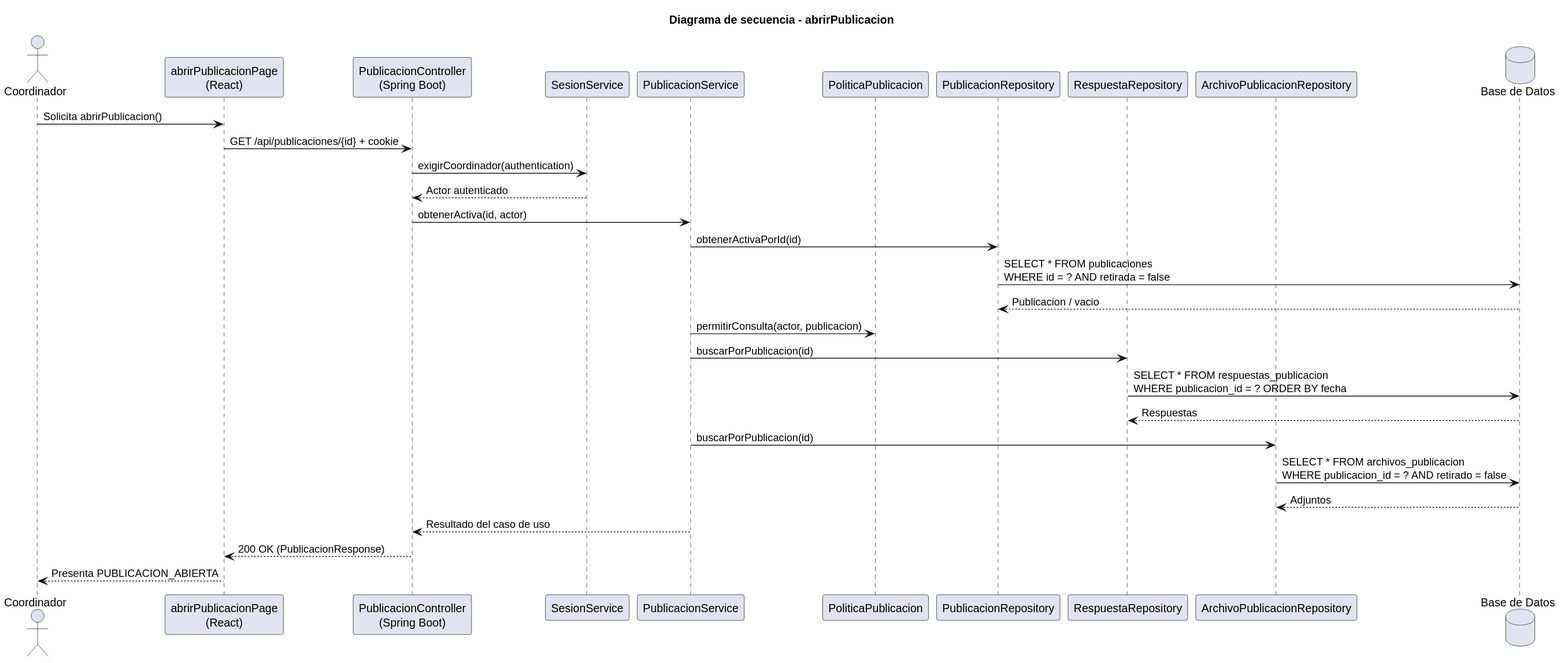
Above: images/RUP/02-diseño/casos-uso/coordinador/abrirPublicacion/secuencia.svg in beatriizorozco/25-26-idsw2-sdVC (PlantUML), before the change. Its diagram source:
```plantuml
@startuml
title Diagrama de secuencia - abrirPublicacion
actor Coordinador
participant "abrirPublicacionPage\n(React)" as Frontend
participant "PublicacionController\n(Spring Boot)" as Api
participant "SesionService" as Sesion
participant "PublicacionService" as Service
participant "PoliticaPublicacion" as Policy
participant "PublicacionRepository" as Repo
participant "RespuestaRepository" as RespRepo
participant "ArchivoPublicacionRepository" as ArchivoRepo
database "Base de Datos" as DB

Coordinador -> Frontend: Solicita abrirPublicacion()
Frontend -> Api: GET /api/publicaciones/{id} + cookie
Api -> Sesion: exigirCoordinador(authentication)
Sesion --> Api: Actor autenticado
Api -> Service: obtenerActiva(id, actor)
Service -> Repo: obtenerActivaPorId(id)
Repo -> DB: SELECT * FROM publicaciones\nWHERE id = ? AND retirada = false
DB --> Repo: Publicacion / vacio
Service -> Policy: permitirConsulta(actor, publicacion)
Service -> RespRepo: buscarPorPublicacion(id)
RespRepo -> DB: SELECT * FROM respuestas_publicacion\nWHERE publicacion_id = ? ORDER BY fecha
DB --> RespRepo: Respuestas
Service -> ArchivoRepo: buscarPorPublicacion(id)
ArchivoRepo -> DB: SELECT * FROM archivos_publicacion\nWHERE publicacion_id = ? AND retirado = false
DB --> ArchivoRepo: Adjuntos
Service --> Api: Resultado del caso de uso
Api --> Frontend: 200 OK (PublicacionResponse)
Frontend --> Coordinador: Presenta PUBLICACION_ABIERTA
@enduml
```
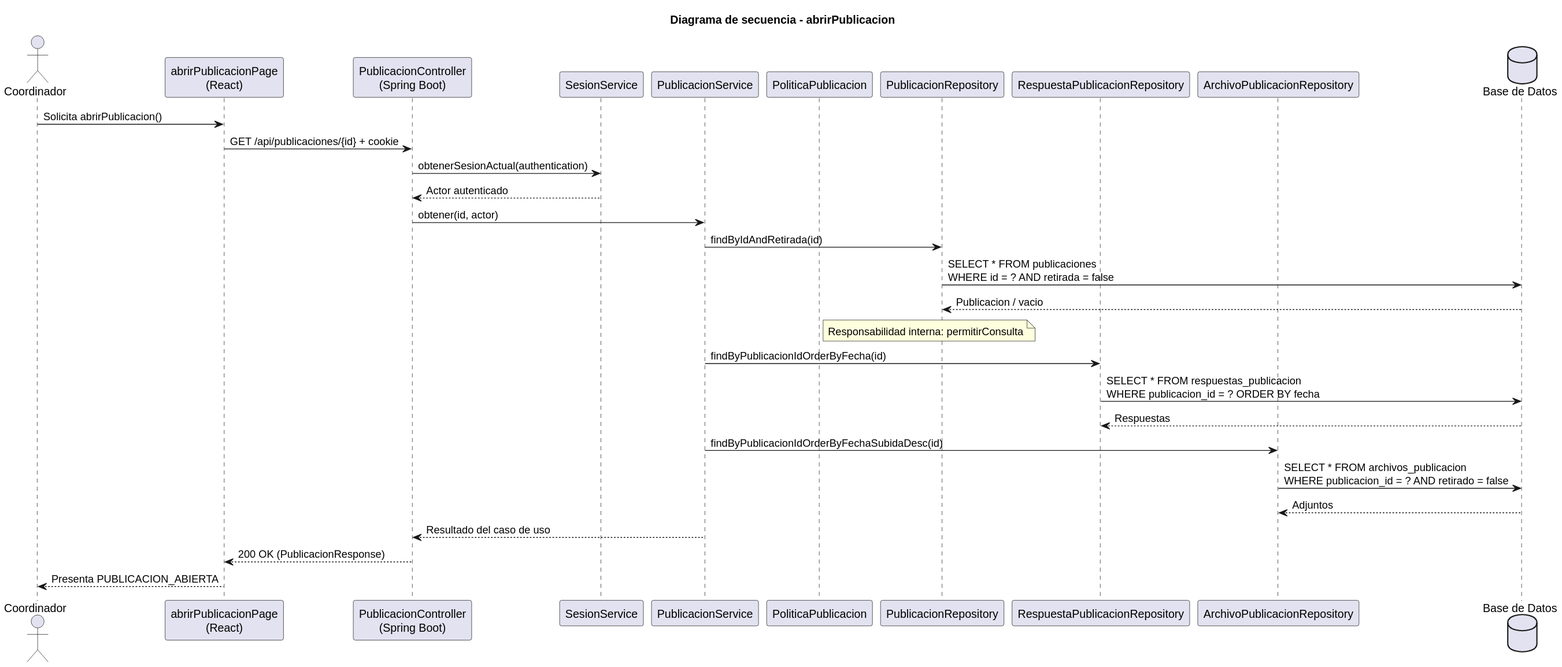
After the change.

What changed in the source:
```diff
@@ -7,23 +7,23 @@
 participant "PublicacionService" as Service
 participant "PoliticaPublicacion" as Policy
 participant "PublicacionRepository" as Repo
-participant "RespuestaRepository" as RespRepo
+participant "RespuestaPublicacionRepository" as RespRepo
 participant "ArchivoPublicacionRepository" as ArchivoRepo
 database "Base de Datos" as DB
 
 Coordinador -> Frontend: Solicita abrirPublicacion()
 Frontend -> Api: GET /api/publicaciones/{id} + cookie
-Api -> Sesion: exigirCoordinador(authentication)
+Api -> Sesion: obtenerSesionActual(authentication)
 Sesion --> Api: Actor autenticado
-Api -> Service: obtenerActiva(id, actor)
-Service -> Repo: obtenerActivaPorId(id)
+Api -> Service: obtener(id, actor)
+Service -> Repo: findByIdAndRetirada(id)
 Repo -> DB: SELECT * FROM publicaciones\nWHERE id = ? AND retirada = false
 DB --> Repo: Publicacion / vacio
-Service -> Policy: permitirConsulta(actor, publicacion)
-Service -> RespRepo: buscarPorPublicacion(id)
+note right of Policy: Responsabilidad interna: permitirConsulta
+Service -> RespRepo: findByPublicacionIdOrderByFecha(id)
 RespRepo -> DB: SELECT * FROM respuestas_publicacion\nWHERE publicacion_id = ? ORDER BY fecha
 DB --> RespRepo: Respuestas
-Service -> ArchivoRepo: buscarPorPublicacion(id)
+Service -> ArchivoRepo: findByPublicacionIdOrderByFechaSubidaDesc(id)
 ArchivoRepo -> DB: SELECT * FROM archivos_publicacion\nWHERE publicacion_id = ? AND retirado = false
 DB --> ArchivoRepo: Adjuntos
 Service --> Api: Resultado del caso de uso
```
